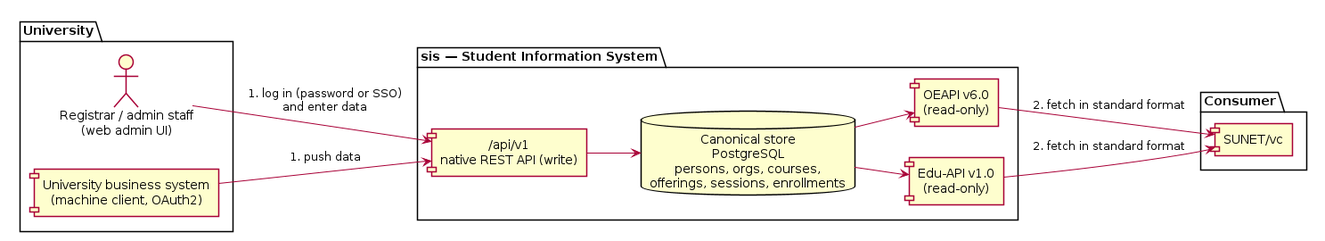
Above: docs/diagrams/flow.png in masv3971/sis (PlantUML), before the change. Its source is kept beside it as docs/diagrams/flow.puml.
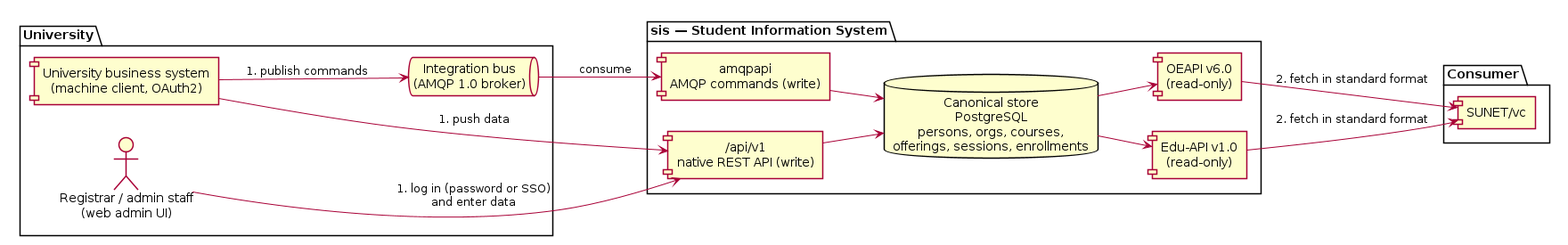
After the commit.

Diff of the diagram source:
```diff
@@ -7,10 +7,12 @@
 package "University" as UNI {
   actor "Registrar / admin staff\n(web admin UI)" as STAFF
   component "University business system\n(machine client, OAuth2)" as SYS
+  queue "Integration bus\n(AMQP 1.0 broker)" as BUS
 }
 
 package "sis — Student Information System" as SIS {
   component "/api/v1\nnative REST API (write)" as API
+  component "amqpapi\nAMQP commands (write)" as AMQP
   database "Canonical store\nPostgreSQL\npersons, orgs, courses,\nofferings, sessions, enrollments" as DB
   component "OEAPI v6.0\n(read-only)" as OE
   component "Edu-API v1.0\n(read-only)" as EDU
@@ -22,7 +24,10 @@
 
 STAFF --> API : 1. log in (password or SSO)\nand enter data
 SYS --> API : 1. push data
+SYS --> BUS : 1. publish commands
+BUS --> AMQP : consume
 API --> DB
+AMQP --> DB
 DB --> OE
 DB --> EDU
 OE --> VC : 2. fetch in standard format
```
